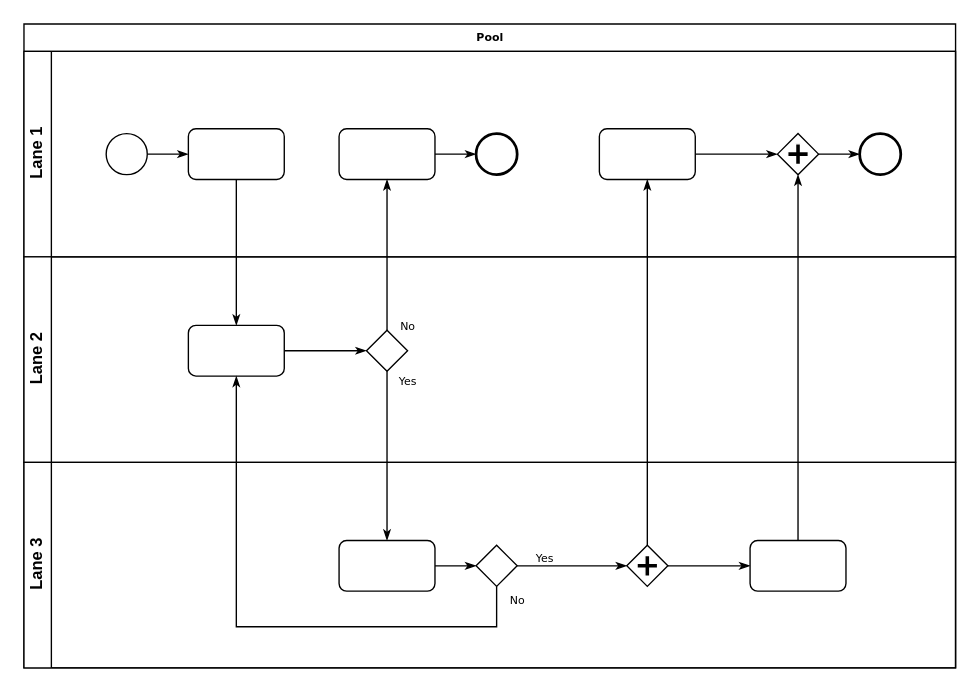
Before: 未命名绘图.drawio in yangyangzx/images, a draw.io diagram. Source tidied: cells renumbered, new cells numbered last; positions are measured from the earlier drawing's top-left corner, leaving out a move shared by most shapes. Both pictures are drawn from the tidied source at 137%, with x=0, y=0 at pixel (23, 23).
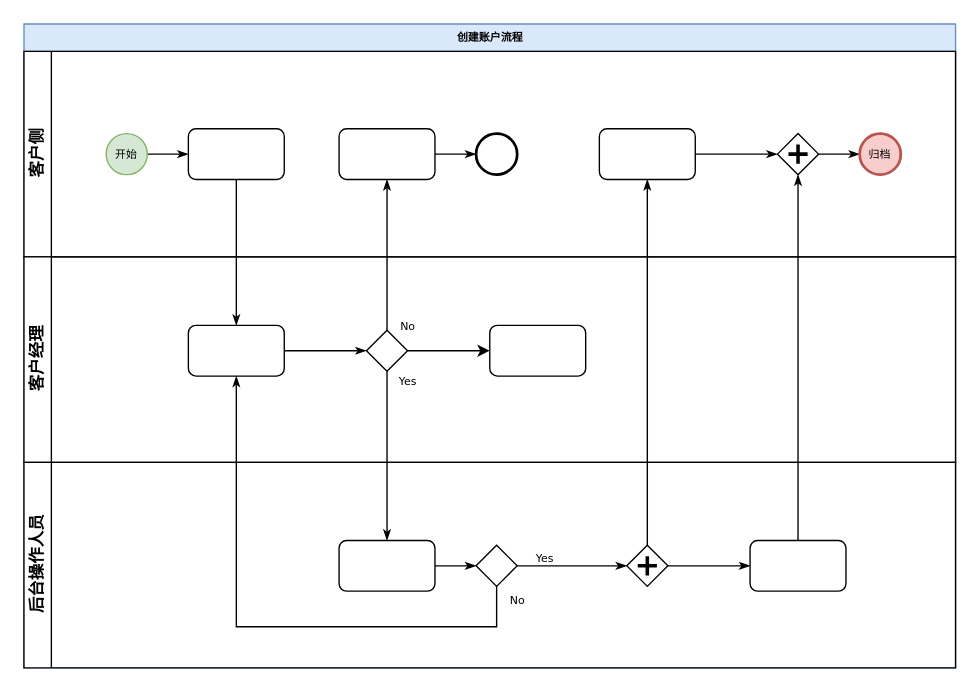
The same diagram, later.

Commit message:
新增流程图

The change refers to these unchanged cells:
```xml
<mxCell id="18" style="strokeWidth=1;html=1;shape=mxgraph.flowchart.decision;whiteSpace=wrap;rounded=1;shadow=0;labelBackgroundColor=none;fontFamily=Verdana;fontSize=8;align=center;" parent="15" vertex="1">
  <mxGeometry x="250" y="53.5" width="30" height="30" as="geometry" />
</mxCell>
```

Diff of the diagram source:
```diff
@@
-    <mxCell id="2" value="Pool" style="swimlane;html=1;horizontal=1;startSize=20;rounded=0;shadow=0;labelBackgroundColor=none;strokeWidth=1;fontFamily=Verdana;fontSize=8;align=center;" parent="1" vertex="1">
+    <mxCell id="2" value="创建账户流程" style="swimlane;html=1;horizontal=1;startSize=20;rounded=0;shadow=0;labelBackgroundColor=none;strokeWidth=1;fontFamily=Verdana;fontSize=8;align=center;fillColor=#dae8fc;strokeColor=#6c8ebf;" parent="1" vertex="1">
       <mxGeometry width="680" height="470" as="geometry" />
     </mxCell>
-    <mxCell id="3" value="Lane 1" style="swimlane;html=1;startSize=20;horizontal=0;" parent="2" vertex="1">
+    <mxCell id="3" value="客户侧" style="swimlane;html=1;startSize=20;horizontal=0;" parent="2" vertex="1">
       <mxGeometry y="20" width="680" height="150" as="geometry" />
     </mxCell>
@@
-    <mxCell id="5" style="ellipse;whiteSpace=wrap;html=1;rounded=0;shadow=0;labelBackgroundColor=none;strokeWidth=1;fontFamily=Verdana;fontSize=8;align=center;" parent="3" vertex="1">
+    <mxCell id="5" value="开始" style="ellipse;whiteSpace=wrap;html=1;rounded=0;shadow=0;labelBackgroundColor=none;strokeWidth=1;fontFamily=Verdana;fontSize=8;align=center;fillColor=#d5e8d4;strokeColor=#82b366;" parent="3" vertex="1">
       <mxGeometry x="60" y="60" width="30" height="30" as="geometry" />
     </mxCell>
@@
-    <mxCell id="14" style="ellipse;whiteSpace=wrap;html=1;rounded=0;shadow=0;labelBackgroundColor=none;strokeWidth=2;fontFamily=Verdana;fontSize=8;align=center;" parent="3" vertex="1">
+    <mxCell id="14" value="归档" style="ellipse;whiteSpace=wrap;html=1;rounded=0;shadow=0;labelBackgroundColor=none;strokeWidth=2;fontFamily=Verdana;fontSize=8;align=center;fillColor=#f8cecc;strokeColor=#b85450;" parent="3" vertex="1">
       <mxGeometry x="610" y="60" width="30" height="30" as="geometry" />
     </mxCell>
-    <mxCell id="15" value="Lane 2" style="swimlane;html=1;startSize=20;horizontal=0;" parent="2" vertex="1">
+    <mxCell id="15" value="客户经理" style="swimlane;html=1;startSize=20;horizontal=0;" parent="2" vertex="1">
       <mxGeometry y="170" width="680" height="150" as="geometry" />
     </mxCell>
@@
+    <mxCell id="33" style="edgeStyle=orthogonalEdgeStyle;rounded=0;jettySize=auto;html=1;exitX=1;exitY=0.5;exitDx=0;exitDy=0;exitPerimeter=0;entryX=0;entryY=0.5;entryDx=0;entryDy=0;" parent="15" edge="1" source="18" target="34">
+      <mxGeometry relative="1" as="geometry" />
+    </mxCell>
@@
+    <mxCell id="34" style="rounded=1;whiteSpace=wrap;html=1;shadow=0;labelBackgroundColor=none;strokeWidth=1;fontFamily=Verdana;fontSize=8;align=center;" parent="15" vertex="1">
+      <mxGeometry x="340" y="50" width="70" height="37" as="geometry" />
+    </mxCell>
-    <mxCell id="19" value="Lane 3" style="swimlane;html=1;startSize=20;horizontal=0;" parent="2" vertex="1">
+    <mxCell id="19" value="后台操作人员" style="swimlane;html=1;startSize=20;horizontal=0;" parent="2" vertex="1">
       <mxGeometry y="320" width="680" height="150" as="geometry" />
     </mxCell>
```
